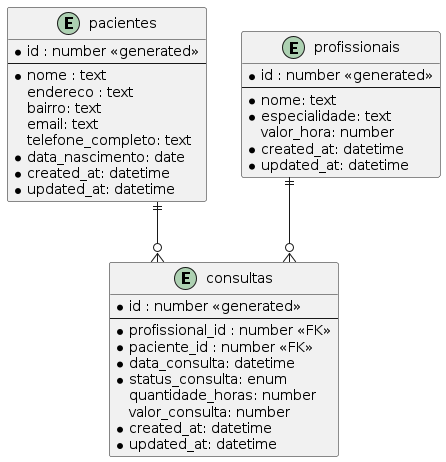
Above: out/docs/agenda/diagram.png in acnaweb/microservices-2025 (PlantUML), before the change. Source of this version:
```plantuml
@startuml diagram

skinparam linetype ortho

entity "pacientes" as paciente {
  *id : number <<generated>>
  --
  *nome : text
  endereco : text
  bairro: text
  email: text
  telefone_completo: text
  *data_nascimento: date
  *created_at: datetime
  *updated_at: datetime
}

entity "profissionais" as profissional {
  *id : number <<generated>>
  --
  *nome: text
  *especialidade: text
  valor_hora: number
  *created_at: datetime
  *updated_at: datetime
}

entity "consultas" as consulta {
  *id : number <<generated>>
  --
  *profissional_id : number <<FK>>
  *paciente_id : number <<FK>>
  *data_consulta: datetime
  *status_consulta: enum
  quantidade_horas: number
  valor_consulta: number
  *created_at: datetime
  *updated_at: datetime
}

paciente ||--o{ consulta
profissional ||--o{ consulta

@enduml
```
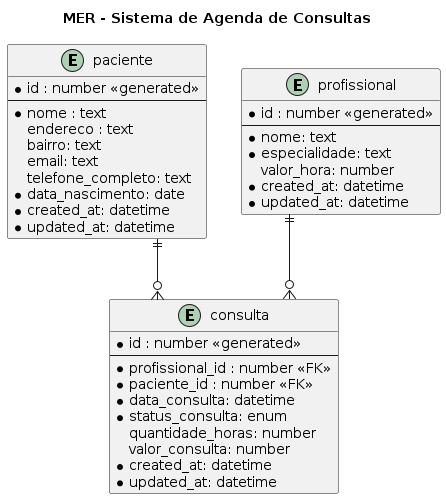
After the commit.

The edit, as a diff of the source:
```diff
@@ -1,8 +1,10 @@
 @startuml diagram
+
+title MER - Sistema de Agenda de Consultas
 
 skinparam linetype ortho
 
-entity "pacientes" as paciente {
+entity "paciente" as paciente {
   *id : number <<generated>>
   --
   *nome : text
@@ -15,7 +17,7 @@
   *updated_at: datetime
 }
 
-entity "profissionais" as profissional {
+entity "profissional" as profissional {
   *id : number <<generated>>
   --
   *nome: text
@@ -25,7 +27,7 @@
   *updated_at: datetime
 }
 
-entity "consultas" as consulta {
+entity "consulta" as consulta {
   *id : number <<generated>>
   --
   *profissional_id : number <<FK>>
```
